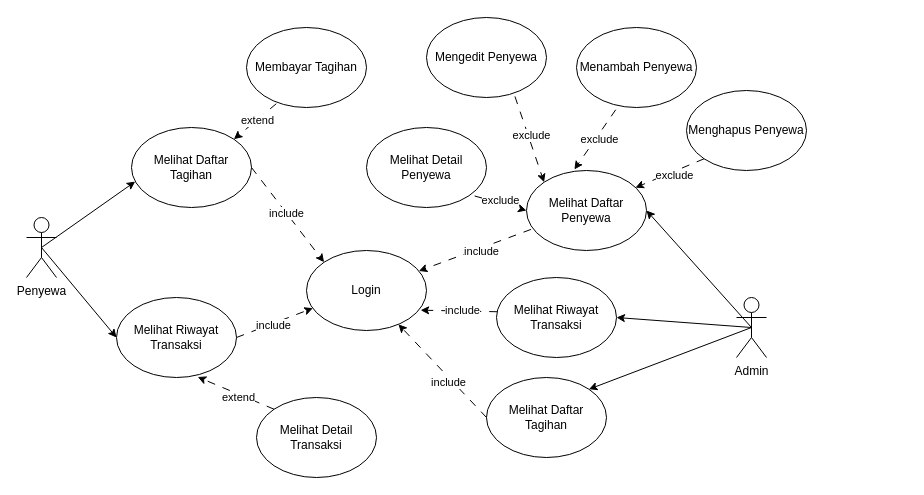
Earlier version of the draw.io diagram usecase_skripsi.drawio (juanangelaalma/uml). Source tidied: cells renumbered, new cells numbered last; positions are measured from the earlier drawing's top-left corner, leaving out a move shared by most shapes. Both pictures are drawn from the tidied source at 100%, with x=0, y=0 at pixel (26, 17).
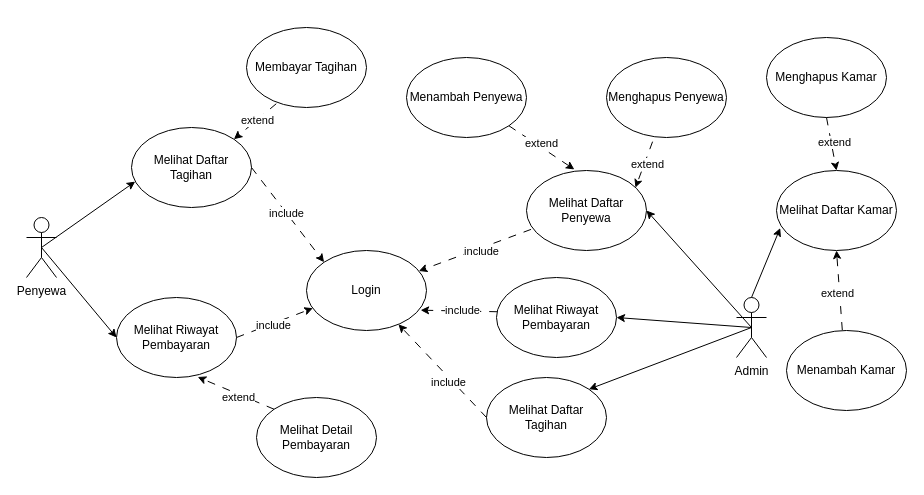
The same page after the edit.

Unchanged cells that the change refers to:
```xml
<mxCell id="2" value="Admin" style="shape=umlActor;verticalLabelPosition=bottom;verticalAlign=top;html=1;outlineConnect=0;" parent="1" vertex="1">
  <mxGeometry x="710" y="280" width="30" height="60" as="geometry" />
</mxCell>
<mxCell id="5" value="Melihat Daftar Penyewa" style="ellipse;whiteSpace=wrap;html=1;" parent="1" vertex="1">
  <mxGeometry x="500" y="153" width="120" height="80" as="geometry" />
</mxCell>
```

The edit, as a diff of the source:
```diff
@@
-    <mxCell id="6" value="Melihat Riwayat Transaksi" style="ellipse;whiteSpace=wrap;html=1;" parent="1" vertex="1">
+    <mxCell id="6" value="Melihat Riwayat Pembayaran" style="ellipse;whiteSpace=wrap;html=1;" parent="1" vertex="1">
       <mxGeometry x="470" y="260" width="120" height="80" as="geometry" />
     </mxCell>
@@
     <mxCell id="17" value="Menambah Penyewa" style="ellipse;whiteSpace=wrap;html=1;" parent="1" vertex="1">
-      <mxGeometry x="550" y="10" width="120" height="80" as="geometry" />
+      <mxGeometry x="380" y="40" width="120" height="80" as="geometry" />
     </mxCell>
     <mxCell id="18" value="Menghapus Penyewa" style="ellipse;whiteSpace=wrap;html=1;" parent="1" vertex="1">
-      <mxGeometry x="660" y="73" width="120" height="80" as="geometry" />
+      <mxGeometry x="580" y="40" width="120" height="80" as="geometry" />
     </mxCell>
-    <mxCell id="19" value="Mengedit Penyewa" style="ellipse;whiteSpace=wrap;html=1;" parent="1" vertex="1">
-      <mxGeometry x="400" width="120" height="80" as="geometry" />
-    </mxCell>
-    <mxCell id="20" style="endArrow=classic;html=1;rounded=0;exitX=0.327;exitY=1.028;exitDx=0;exitDy=0;dashed=1;dashPattern=8 8;entryX=0.399;entryY=-0.013;entryDx=0;entryDy=0;entryPerimeter=0;exitPerimeter=0;" parent="1" edge="1" source="17" target="5">
+    <mxCell id="20" style="endArrow=classic;html=1;rounded=0;exitX=1;exitY=1;exitDx=0;exitDy=0;dashed=1;dashPattern=8 8;entryX=0.399;entryY=-0.013;entryDx=0;entryDy=0;entryPerimeter=0;" parent="1" edge="1" source="17" target="5">
       <mxGeometry relative="1" as="geometry" />
     </mxCell>
-    <mxCell id="21" value="exclude" style="edgeLabel;html=1;align=center;verticalAlign=middle;" parent="20" vertex="1">
+    <mxCell id="21" value="extend" style="edgeLabel;html=1;align=center;verticalAlign=middle;" parent="20" vertex="1">
       <mxGeometry x="-0.08" y="3" relative="1" as="geometry" />
     </mxCell>
-    <mxCell id="22" style="endArrow=classic;html=1;rounded=0;exitX=0;exitY=1;exitDx=0;exitDy=0;dashed=1;dashPattern=8 8;entryX=0.908;entryY=0.214;entryDx=0;entryDy=0;entryPerimeter=0;" parent="1" edge="1" source="18" target="5">
+    <mxCell id="22" style="endArrow=classic;html=1;rounded=0;exitX=0.384;exitY=1.052;exitDx=0;exitDy=0;dashed=1;dashPattern=8 8;entryX=0.908;entryY=0.214;entryDx=0;entryDy=0;entryPerimeter=0;exitPerimeter=0;" parent="1" edge="1" source="18" target="5">
       <mxGeometry relative="1" as="geometry" />
     </mxCell>
-    <mxCell id="23" value="exclude" style="edgeLabel;html=1;align=center;verticalAlign=middle;" parent="22" vertex="1">
+    <mxCell id="23" value="extend" style="edgeLabel;html=1;align=center;verticalAlign=middle;" parent="22" vertex="1">
       <mxGeometry x="-0.08" y="3" relative="1" as="geometry" />
     </mxCell>
-    <mxCell id="24" style="endArrow=classic;html=1;rounded=0;exitX=0.737;exitY=0.987;exitDx=0;exitDy=0;dashed=1;dashPattern=8 8;entryX=0;entryY=0;entryDx=0;entryDy=0;exitPerimeter=0;" parent="1" edge="1" source="19" target="5">
-      <mxGeometry relative="1" as="geometry" />
-    </mxCell>
-    <mxCell id="25" value="exclude" style="edgeLabel;html=1;align=center;verticalAlign=middle;" parent="24" vertex="1">
-      <mxGeometry x="-0.08" y="3" relative="1" as="geometry" />
-    </mxCell>
-    <mxCell id="26" value="Melihat Detail Penyewa" style="ellipse;whiteSpace=wrap;html=1;" parent="1" vertex="1">
-      <mxGeometry x="340" y="110" width="120" height="80" as="geometry" />
-    </mxCell>
-    <mxCell id="27" style="endArrow=classic;html=1;rounded=0;exitX=0.901;exitY=0.856;exitDx=0;exitDy=0;dashed=1;dashPattern=8 8;entryX=0;entryY=0.5;entryDx=0;entryDy=0;exitPerimeter=0;" parent="1" edge="1" source="26" target="5">
-      <mxGeometry relative="1" as="geometry" />
-    </mxCell>
-    <mxCell id="28" value="exclude" style="edgeLabel;html=1;align=center;verticalAlign=middle;" parent="27" vertex="1">
-      <mxGeometry x="-0.08" y="3" relative="1" as="geometry" />
-    </mxCell>
@@
-    <mxCell id="31" value="Melihat Riwayat Transaksi" style="ellipse;whiteSpace=wrap;html=1;" parent="1" vertex="1">
+    <mxCell id="31" value="Melihat Riwayat Pembayaran" style="ellipse;whiteSpace=wrap;html=1;" parent="1" vertex="1">
       <mxGeometry x="90" y="280" width="120" height="80" as="geometry" />
     </mxCell>
-    <mxCell id="32" value="Melihat Detail Transaksi" style="ellipse;whiteSpace=wrap;html=1;" parent="1" vertex="1">
+    <mxCell id="32" value="Melihat Detail Pembayaran" style="ellipse;whiteSpace=wrap;html=1;" parent="1" vertex="1">
       <mxGeometry x="230" y="380" width="120" height="80" as="geometry" />
     </mxCell>
@@
+    <mxCell id="43" value="Melihat Daftar Kamar" style="ellipse;whiteSpace=wrap;html=1;" parent="1" vertex="1">
+      <mxGeometry x="750" y="153" width="120" height="80" as="geometry" />
+    </mxCell>
+    <mxCell id="44" style="endArrow=classic;html=1;rounded=0;entryX=0.031;entryY=0.719;entryDx=0;entryDy=0;exitX=0.5;exitY=0;exitDx=0;exitDy=0;exitPerimeter=0;entryPerimeter=0;" parent="1" edge="1" source="2" target="43">
+      <mxGeometry relative="1" as="geometry" />
+    </mxCell>
+    <mxCell id="45" value="Menghapus Kamar" style="ellipse;whiteSpace=wrap;html=1;" parent="1" vertex="1">
+      <mxGeometry x="740" y="20" width="120" height="80" as="geometry" />
+    </mxCell>
+    <mxCell id="46" value="Menambah Kamar" style="ellipse;whiteSpace=wrap;html=1;" parent="1" vertex="1">
+      <mxGeometry x="760" y="313" width="120" height="80" as="geometry" />
+    </mxCell>
+    <mxCell id="47" style="endArrow=classic;html=1;rounded=0;exitX=0.5;exitY=1;exitDx=0;exitDy=0;dashed=1;dashPattern=8 8;entryX=0.5;entryY=0;entryDx=0;entryDy=0;" parent="1" edge="1" source="45" target="43">
+      <mxGeometry relative="1" as="geometry" />
+    </mxCell>
+    <mxCell id="48" value="extend" style="edgeLabel;html=1;align=center;verticalAlign=middle;" parent="47" vertex="1">
+      <mxGeometry x="-0.08" y="3" relative="1" as="geometry" />
+    </mxCell>
+    <mxCell id="49" style="endArrow=classic;html=1;rounded=0;exitX=0.465;exitY=-0.006;exitDx=0;exitDy=0;dashed=1;dashPattern=8 8;entryX=0.5;entryY=1;entryDx=0;entryDy=0;exitPerimeter=0;" parent="1" edge="1" source="46" target="43">
+      <mxGeometry relative="1" as="geometry" />
+    </mxCell>
+    <mxCell id="50" value="extend" style="edgeLabel;html=1;align=center;verticalAlign=middle;" parent="49" vertex="1">
+      <mxGeometry x="-0.08" y="3" relative="1" as="geometry" />
+    </mxCell>
```
